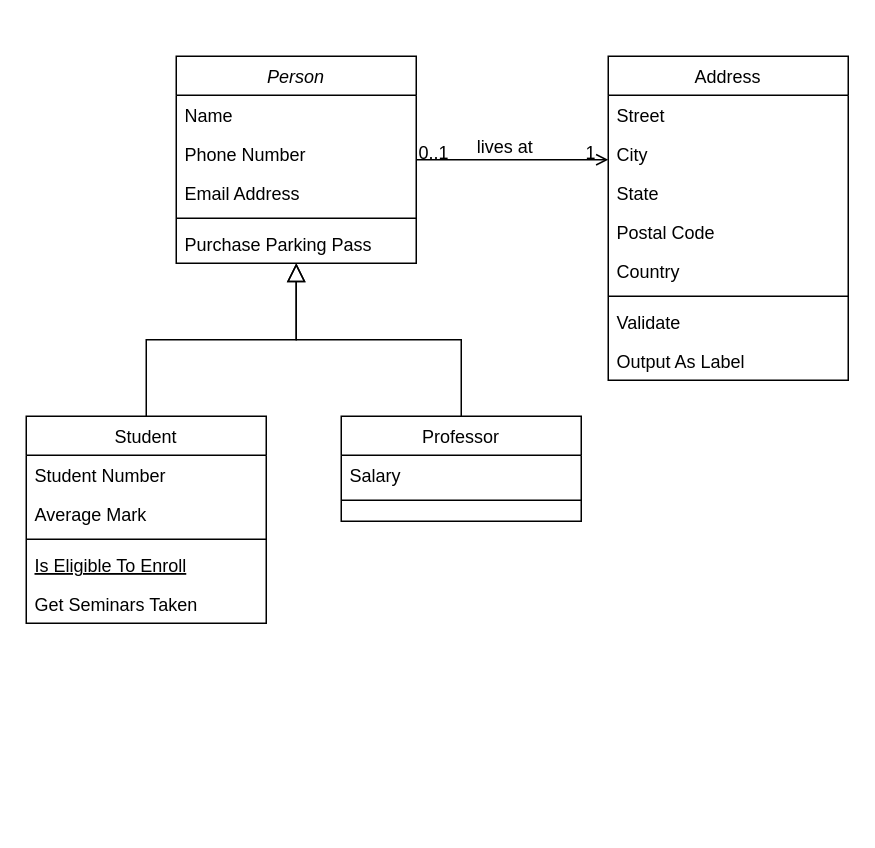
The draw.io diagram Діаграма без назви.drawio in YaroslavPolinkin/Software-engineering, before the edit. Source tidied: cells renumbered, new cells numbered last; positions are measured from the earlier drawing's top-left corner, leaving out a move shared by most shapes. Both pictures are drawn from the tidied source at 150%, with x=0, y=0 at pixel (26, 56).
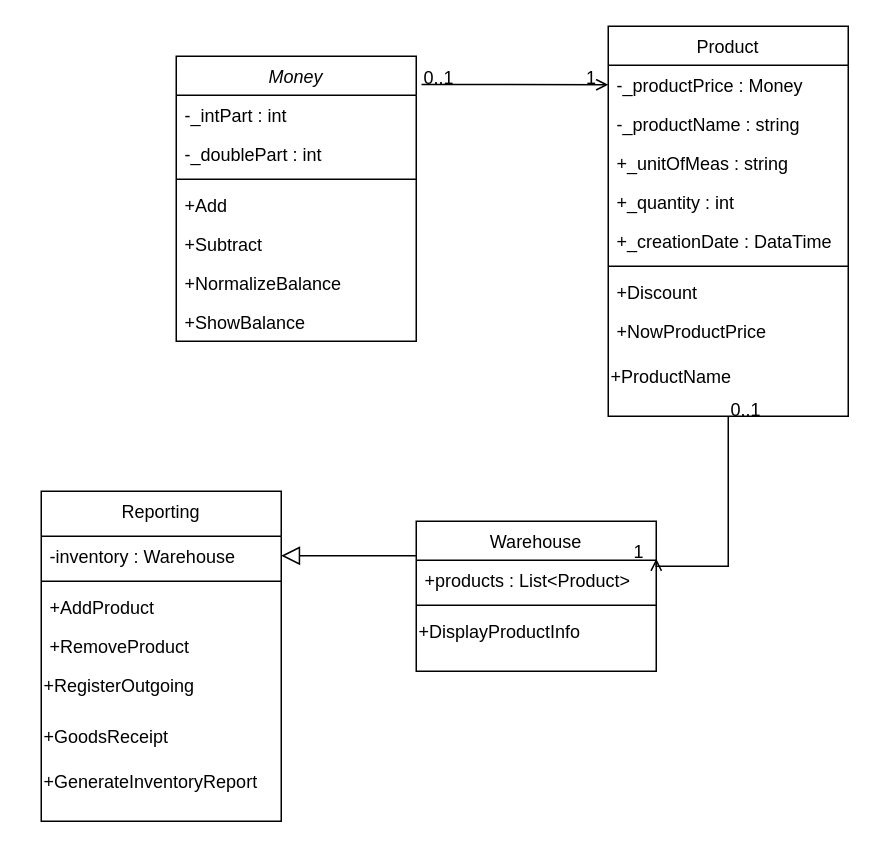
Above is the later version.

What changed in the source:
```diff
@@
-    <mxCell id="2" value="Person" style="swimlane;fontStyle=2;align=center;verticalAlign=top;horizontal=1;startSize=26;rounded=0;shadow=0;strokeWidth=1;" parent="1" vertex="1">
-      <mxGeometry x="100" width="160" height="138" as="geometry" />
+    <mxCell id="2" value="Money" style="swimlane;fontStyle=2;align=center;verticalAlign=top;horizontal=1;startSize=26;rounded=0;shadow=0;strokeWidth=1;" parent="1" vertex="1">
+      <mxGeometry x="100" width="160" height="190" as="geometry" />
     </mxCell>
-    <mxCell id="3" value="Name" style="text;align=left;verticalAlign=top;spacingLeft=4;spacingRight=4;overflow=hidden;" parent="2" vertex="1">
+    <mxCell id="3" value="-_intPart : int" style="text;align=left;verticalAlign=top;spacingLeft=4;spacingRight=4;overflow=hidden;" parent="2" vertex="1">
       <mxGeometry y="26" width="160" height="26" as="geometry" />
     </mxCell>
-    <mxCell id="4" value="Phone Number" style="text;align=left;verticalAlign=top;spacingLeft=4;spacingRight=4;overflow=hidden;rounded=0;shadow=0;html=0;" parent="2" vertex="1">
+    <mxCell id="4" value="-_doublePart : int" style="text;align=left;verticalAlign=top;spacingLeft=4;spacingRight=4;overflow=hidden;rounded=0;shadow=0;html=0;" parent="2" vertex="1">
       <mxGeometry y="52" width="160" height="26" as="geometry" />
     </mxCell>
-    <mxCell id="5" value="Email Address" style="text;align=left;verticalAlign=top;spacingLeft=4;spacingRight=4;overflow=hidden;rounded=0;shadow=0;html=0;" parent="2" vertex="1">
-      <mxGeometry y="78" width="160" height="26" as="geometry" />
-    </mxCell>
     <mxCell id="6" style="line;html=1;strokeWidth=1;align=left;verticalAlign=middle;spacingTop=-1;spacingLeft=3;spacingRight=3;labelPosition=right;" parent="2" vertex="1">
-      <mxGeometry y="104" width="160" height="8" as="geometry" />
+      <mxGeometry y="78" width="160" height="8" as="geometry" />
     </mxCell>
-    <mxCell id="7" value="Purchase Parking Pass" style="text;align=left;verticalAlign=top;spacingLeft=4;spacingRight=4;overflow=hidden;" parent="2" vertex="1">
-      <mxGeometry y="112" width="160" height="26" as="geometry" />
+    <mxCell id="7" value="+Add" style="text;align=left;verticalAlign=top;spacingLeft=4;spacingRight=4;overflow=hidden;" parent="2" vertex="1">
+      <mxGeometry y="86" width="160" height="26" as="geometry" />
     </mxCell>
+    <mxCell id="32" value="+Subtract" style="text;align=left;verticalAlign=top;spacingLeft=4;spacingRight=4;overflow=hidden;" parent="2" vertex="1">
+      <mxGeometry y="112" width="160" height="26" as="geometry" />
+    </mxCell>
+    <mxCell id="33" value="+NormalizeBalance" style="text;align=left;verticalAlign=top;spacingLeft=4;spacingRight=4;overflow=hidden;" parent="2" vertex="1">
+      <mxGeometry y="138" width="160" height="26" as="geometry" />
+    </mxCell>
+    <mxCell id="34" value="+ShowBalance" style="text;align=left;verticalAlign=top;spacingLeft=4;spacingRight=4;overflow=hidden;" parent="2" vertex="1">
+      <mxGeometry y="164" width="160" height="26" as="geometry" />
+    </mxCell>
-    <mxCell id="8" value="Student" style="swimlane;fontStyle=0;align=center;verticalAlign=top;horizontal=1;startSize=26;rounded=0;shadow=0;strokeWidth=1;" parent="1" vertex="1">
-      <mxGeometry y="240" width="160" height="138" as="geometry" />
+    <mxCell id="8" value="Reporting" style="swimlane;fontStyle=0;align=center;verticalAlign=top;horizontal=1;startSize=30;rounded=0;shadow=0;strokeWidth=1;" parent="1" vertex="1">
+      <mxGeometry x="10" y="290" width="160" height="220" as="geometry" />
     </mxCell>
-    <mxCell id="9" value="Student Number" style="text;align=left;verticalAlign=top;spacingLeft=4;spacingRight=4;overflow=hidden;points=[[0,0.5],[1,0.5]];portConstraint=eastwest;" parent="8" vertex="1">
-      <mxGeometry y="26" width="160" height="26" as="geometry" />
+    <mxCell id="9" value="-inventory : Warehouse" style="text;align=left;verticalAlign=top;spacingLeft=4;spacingRight=4;overflow=hidden;points=[[0,0.5],[1,0.5]];portConstraint=eastwest;" parent="8" vertex="1">
+      <mxGeometry y="30" width="160" height="26" as="geometry" />
     </mxCell>
-    <mxCell id="10" value="Average Mark" style="text;align=left;verticalAlign=top;spacingLeft=4;spacingRight=4;overflow=hidden;rounded=0;shadow=0;html=0;" parent="8" vertex="1">
-      <mxGeometry y="52" width="160" height="26" as="geometry" />
-    </mxCell>
     <mxCell id="11" style="line;html=1;strokeWidth=1;align=left;verticalAlign=middle;spacingTop=-1;spacingLeft=3;spacingRight=3;labelPosition=right;" parent="8" vertex="1">
-      <mxGeometry y="78" width="160" height="8" as="geometry" />
+      <mxGeometry y="56" width="160" height="8" as="geometry" />
     </mxCell>
-    <mxCell id="12" value="Is Eligible To Enroll" style="text;align=left;verticalAlign=top;spacingLeft=4;spacingRight=4;overflow=hidden;fontStyle=4;" parent="8" vertex="1">
-      <mxGeometry y="86" width="160" height="26" as="geometry" />
+    <mxCell id="12" value="+AddProduct" style="text;align=left;verticalAlign=top;spacingLeft=4;spacingRight=4;overflow=hidden;fontStyle=0;" parent="8" vertex="1">
+      <mxGeometry y="64" width="160" height="26" as="geometry" />
     </mxCell>
-    <mxCell id="13" value="Get Seminars Taken" style="text;align=left;verticalAlign=top;spacingLeft=4;spacingRight=4;overflow=hidden;" parent="8" vertex="1">
-      <mxGeometry y="112" width="160" height="26" as="geometry" />
+    <mxCell id="13" value="+RemoveProduct" style="text;align=left;verticalAlign=top;spacingLeft=4;spacingRight=4;overflow=hidden;" parent="8" vertex="1">
+      <mxGeometry y="90" width="160" height="26" as="geometry" />
     </mxCell>
-    <mxCell id="14" style="endArrow=block;endSize=10;endFill=0;shadow=0;strokeWidth=1;rounded=0;curved=0;edgeStyle=elbowEdgeStyle;elbow=vertical;" parent="1" edge="1" source="8" target="2">
-      <mxGeometry relative="1" as="geometry" />
-    </mxCell>
+    <mxCell id="35" value="+RegisterOutgoing" style="text;whiteSpace=wrap;" parent="8" vertex="1">
+      <mxGeometry y="116" width="160" height="34" as="geometry" />
+    </mxCell>
+    <mxCell id="36" value="+GoodsReceipt" style="text;whiteSpace=wrap;" parent="8" vertex="1">
+      <mxGeometry y="150" width="160" height="30" as="geometry" />
+    </mxCell>
+    <mxCell id="37" value="+GenerateInventoryReport" style="text;whiteSpace=wrap;" parent="8" vertex="1">
+      <mxGeometry y="180" width="160" height="30" as="geometry" />
+    </mxCell>
-    <mxCell id="15" value="Professor" style="swimlane;fontStyle=0;align=center;verticalAlign=top;horizontal=1;startSize=26;rounded=0;shadow=0;strokeWidth=1;" parent="1" vertex="1">
-      <mxGeometry x="210" y="240" width="160" height="70" as="geometry" />
+    <mxCell id="15" value="Warehouse" style="swimlane;fontStyle=0;align=center;verticalAlign=top;horizontal=1;startSize=26;rounded=0;shadow=0;strokeWidth=1;" parent="1" vertex="1">
+      <mxGeometry x="260" y="310" width="160" height="100" as="geometry" />
     </mxCell>
-    <mxCell id="16" value="Salary" style="text;align=left;verticalAlign=top;spacingLeft=4;spacingRight=4;overflow=hidden;" parent="15" vertex="1">
+    <mxCell id="16" value="+products : List&lt;Product&gt;" style="text;align=left;verticalAlign=top;spacingLeft=4;spacingRight=4;overflow=hidden;" parent="15" vertex="1">
       <mxGeometry y="26" width="160" height="26" as="geometry" />
     </mxCell>
@@
+    <mxCell id="38" value="+DisplayProductInfo" style="text;whiteSpace=wrap;" parent="15" vertex="1">
+      <mxGeometry y="60" width="160" height="40" as="geometry" />
+    </mxCell>
-    <mxCell id="18" style="endArrow=block;endSize=10;endFill=0;shadow=0;strokeWidth=1;rounded=0;curved=0;edgeStyle=elbowEdgeStyle;elbow=vertical;" parent="1" edge="1" source="15" target="2">
+    <mxCell id="18" style="endArrow=block;endSize=10;endFill=0;shadow=0;strokeWidth=1;rounded=0;curved=0;edgeStyle=elbowEdgeStyle;elbow=vertical;entryX=1;entryY=0.5;entryDx=0;entryDy=0;" parent="1" edge="1" source="15" target="9">
       <mxGeometry relative="1" as="geometry" />
     </mxCell>
-    <mxCell id="19" value="Address" style="swimlane;fontStyle=0;align=center;verticalAlign=top;horizontal=1;startSize=26;rounded=0;shadow=0;strokeWidth=1;" parent="1" vertex="1">
-      <mxGeometry x="388" width="160" height="216" as="geometry" />
+    <mxCell id="19" value="Product" style="swimlane;fontStyle=0;align=center;verticalAlign=top;horizontal=1;startSize=26;rounded=0;shadow=0;strokeWidth=1;" parent="1" vertex="1">
+      <mxGeometry x="388" y="-20" width="160" height="260" as="geometry" />
     </mxCell>
-    <mxCell id="20" value="Street" style="text;align=left;verticalAlign=top;spacingLeft=4;spacingRight=4;overflow=hidden;points=[[0,0.5],[1,0.5]];portConstraint=eastwest;" parent="19" vertex="1">
+    <mxCell id="20" value="-_productPrice : Money" style="text;align=left;verticalAlign=top;spacingLeft=4;spacingRight=4;overflow=hidden;points=[[0,0.5],[1,0.5]];portConstraint=eastwest;" parent="19" vertex="1">
       <mxGeometry y="26" width="160" height="26" as="geometry" />
     </mxCell>
-    <mxCell id="21" value="City" style="text;align=left;verticalAlign=top;spacingLeft=4;spacingRight=4;overflow=hidden;rounded=0;shadow=0;html=0;" parent="19" vertex="1">
+    <mxCell id="21" value="-_productName : string" style="text;align=left;verticalAlign=top;spacingLeft=4;spacingRight=4;overflow=hidden;rounded=0;shadow=0;html=0;" parent="19" vertex="1">
       <mxGeometry y="52" width="160" height="26" as="geometry" />
     </mxCell>
-    <mxCell id="22" value="State" style="text;align=left;verticalAlign=top;spacingLeft=4;spacingRight=4;overflow=hidden;rounded=0;shadow=0;html=0;" parent="19" vertex="1">
+    <mxCell id="22" value="+_unitOfMeas : string" style="text;align=left;verticalAlign=top;spacingLeft=4;spacingRight=4;overflow=hidden;rounded=0;shadow=0;html=0;" parent="19" vertex="1">
       <mxGeometry y="78" width="160" height="26" as="geometry" />
     </mxCell>
-    <mxCell id="23" value="Postal Code" style="text;align=left;verticalAlign=top;spacingLeft=4;spacingRight=4;overflow=hidden;rounded=0;shadow=0;html=0;" parent="19" vertex="1">
+    <mxCell id="23" value="+_quantity : int" style="text;align=left;verticalAlign=top;spacingLeft=4;spacingRight=4;overflow=hidden;rounded=0;shadow=0;html=0;" parent="19" vertex="1">
       <mxGeometry y="104" width="160" height="26" as="geometry" />
     </mxCell>
-    <mxCell id="24" value="Country" style="text;align=left;verticalAlign=top;spacingLeft=4;spacingRight=4;overflow=hidden;rounded=0;shadow=0;html=0;" parent="19" vertex="1">
+    <mxCell id="24" value="+_creationDate : DataTime" style="text;align=left;verticalAlign=top;spacingLeft=4;spacingRight=4;overflow=hidden;rounded=0;shadow=0;html=0;" parent="19" vertex="1">
       <mxGeometry y="130" width="160" height="26" as="geometry" />
     </mxCell>
@@
-    <mxCell id="26" value="Validate" style="text;align=left;verticalAlign=top;spacingLeft=4;spacingRight=4;overflow=hidden;" parent="19" vertex="1">
+    <mxCell id="26" value="+Discount" style="text;align=left;verticalAlign=top;spacingLeft=4;spacingRight=4;overflow=hidden;" parent="19" vertex="1">
       <mxGeometry y="164" width="160" height="26" as="geometry" />
     </mxCell>
-    <mxCell id="27" value="Output As Label" style="text;align=left;verticalAlign=top;spacingLeft=4;spacingRight=4;overflow=hidden;" parent="19" vertex="1">
-      <mxGeometry y="190" width="160" height="26" as="geometry" />
+    <mxCell id="27" value="+NowProductPrice" style="text;align=left;verticalAlign=top;spacingLeft=4;spacingRight=4;overflow=hidden;" parent="19" vertex="1">
+      <mxGeometry y="190" width="160" height="30" as="geometry" />
     </mxCell>
+    <mxCell id="39" value="+ProductName" style="text;whiteSpace=wrap;" parent="19" vertex="1">
+      <mxGeometry y="220" width="160" height="30" as="geometry" />
+    </mxCell>
-    <mxCell id="28" style="endArrow=open;shadow=0;strokeWidth=1;rounded=0;curved=0;endFill=1;edgeStyle=elbowEdgeStyle;elbow=vertical;" parent="1" edge="1" source="2" target="19">
+    <mxCell id="28" style="endArrow=open;shadow=0;strokeWidth=1;rounded=0;curved=0;endFill=1;edgeStyle=elbowEdgeStyle;elbow=vertical;exitX=1.022;exitY=0.099;exitDx=0;exitDy=0;exitPerimeter=0;" parent="1" edge="1" source="2" target="20">
       <mxGeometry x="0.5" y="41" relative="1" as="geometry">
         <mxPoint x="-40" y="32" as="offset" />
       </mxGeometry>
     </mxCell>
@@
-    <mxCell id="31" value="lives at" style="text;html=1;align=center;verticalAlign=middle;labelBackgroundColor=none;rounded=0;shadow=0;strokeWidth=1;fontSize=12;" parent="28" vertex="1">
-      <mxGeometry x="0.5" y="49" relative="1" as="geometry">
-        <mxPoint x="-38" y="40" as="offset" />
-      </mxGeometry>
-    </mxCell>
+    <mxCell id="40" style="endArrow=open;shadow=0;strokeWidth=1;rounded=0;curved=0;endFill=1;edgeStyle=elbowEdgeStyle;elbow=vertical;exitX=0.5;exitY=1;exitDx=0;exitDy=0;entryX=1;entryY=0.25;entryDx=0;entryDy=0;" parent="1" edge="1" source="19" target="15">
+      <mxGeometry x="0.5" y="41" relative="1" as="geometry">
+        <Array as="points">
+          <mxPoint x="480" y="340" />
+        </Array>
+        <mxPoint x="-40" y="32" as="offset" />
+      </mxGeometry>
+    </mxCell>
+    <mxCell id="41" value="0..1" style="align=left;verticalAlign=bottom;labelBackgroundColor=none;fontSize=12;" parent="40" vertex="1">
+      <mxGeometry x="-1" relative="1" as="geometry">
+        <mxPoint y="4" as="offset" />
+      </mxGeometry>
+    </mxCell>
+    <mxCell id="42" value="1" style="align=right;verticalAlign=bottom;labelBackgroundColor=none;fontSize=12;" parent="40" vertex="1">
+      <mxGeometry x="1" relative="1" as="geometry">
+        <mxPoint x="-7" y="4" as="offset" />
+      </mxGeometry>
+    </mxCell>
```
